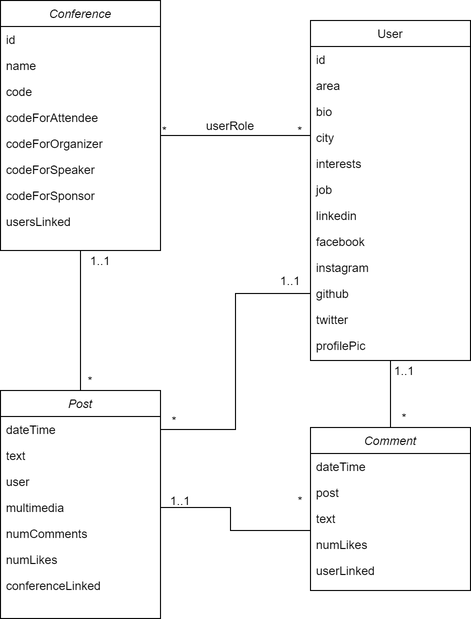
Above: docs/ProblemDomain.png in FEUP-ESOF-2020-21/open-cx-t3g3-404datanotfound (draw.io), before the change. Source tidied: cells renumbered, new cells last; positions are measured from the earlier drawing's top-left corner, leaving out a move shared by most shapes.
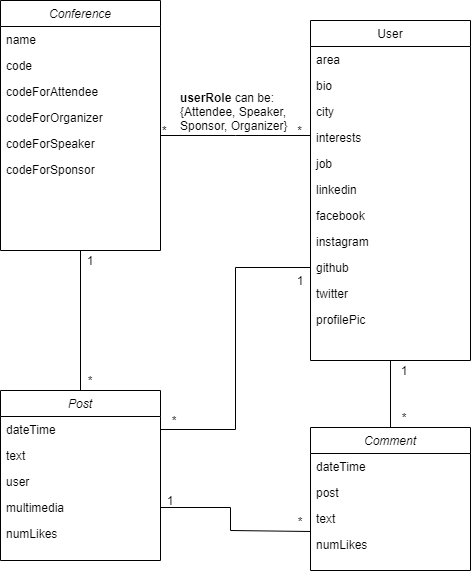
The same file after the commit.

Commit message:
New Version of Problem Domain, after feedback

What changed in the source:
```diff
@@ -8,71 +8,62 @@
     <mxCell id="3" value="Conference" style="swimlane;fontStyle=2;align=center;verticalAlign=top;horizontal=1;startSize=26;rounded=0;shadow=0;strokeWidth=1;" parent="1" vertex="1">
       <mxGeometry width="160" height="250" as="geometry" />
     </mxCell>
-    <mxCell id="4" value="id" style="text;align=left;verticalAlign=top;spacingLeft=4;spacingRight=4;overflow=hidden;" parent="3" vertex="1">
-      <mxGeometry y="26" width="160" height="26" as="geometry" />
-    </mxCell>
     <mxCell id="5" value="name" style="text;align=left;verticalAlign=top;spacingLeft=4;spacingRight=4;overflow=hidden;rounded=0;shadow=0;html=0;" parent="3" vertex="1">
-      <mxGeometry y="52" width="160" height="26" as="geometry" />
+      <mxGeometry y="26" width="160" height="26" as="geometry" />
     </mxCell>
     <mxCell id="6" value="code" style="text;align=left;verticalAlign=top;spacingLeft=4;spacingRight=4;overflow=hidden;rounded=0;shadow=0;html=0;" parent="3" vertex="1">
-      <mxGeometry y="78" width="160" height="26" as="geometry" />
+      <mxGeometry y="52" width="160" height="26" as="geometry" />
     </mxCell>
     <mxCell id="7" value="codeForAttendee" style="text;align=left;verticalAlign=top;spacingLeft=4;spacingRight=4;overflow=hidden;rounded=0;shadow=0;html=0;" parent="3" vertex="1">
-      <mxGeometry y="104" width="160" height="26" as="geometry" />
+      <mxGeometry y="78" width="160" height="26" as="geometry" />
     </mxCell>
     <mxCell id="8" value="codeForOrganizer" style="text;align=left;verticalAlign=top;spacingLeft=4;spacingRight=4;overflow=hidden;rounded=0;shadow=0;html=0;" parent="3" vertex="1">
-      <mxGeometry y="130" width="160" height="26" as="geometry" />
+      <mxGeometry y="104" width="160" height="26" as="geometry" />
     </mxCell>
     <mxCell id="9" value="codeForSpeaker" style="text;align=left;verticalAlign=top;spacingLeft=4;spacingRight=4;overflow=hidden;rounded=0;shadow=0;html=0;" parent="3" vertex="1">
-      <mxGeometry y="156" width="160" height="26" as="geometry" />
+      <mxGeometry y="130" width="160" height="26" as="geometry" />
     </mxCell>
     <mxCell id="10" value="codeForSponsor" style="text;align=left;verticalAlign=top;spacingLeft=4;spacingRight=4;overflow=hidden;rounded=0;shadow=0;html=0;" parent="3" vertex="1">
-      <mxGeometry y="182" width="160" height="26" as="geometry" />
+      <mxGeometry y="156" width="160" height="26" as="geometry" />
     </mxCell>
-    <mxCell id="11" value="usersLinked" style="text;align=left;verticalAlign=top;spacingLeft=4;spacingRight=4;overflow=hidden;rounded=0;shadow=0;html=0;" parent="3" vertex="1">
-      <mxGeometry y="208" width="160" height="26" as="geometry" />
-    </mxCell>
     <mxCell id="12" style="edgeStyle=orthogonalEdgeStyle;rounded=0;jettySize=auto;html=1;exitX=0.5;exitY=1;exitDx=0;exitDy=0;entryX=0.5;entryY=0;entryDx=0;entryDy=0;endArrow=none;endFill=0;" parent="1" edge="1" source="13" target="39">
       <mxGeometry relative="1" as="geometry" />
     </mxCell>
     <mxCell id="13" value="User" style="swimlane;fontStyle=0;align=center;verticalAlign=top;horizontal=1;startSize=26;rounded=0;shadow=0;strokeWidth=1;" parent="1" vertex="1">
       <mxGeometry x="310" y="20" width="160" height="340" as="geometry" />
     </mxCell>
-    <mxCell id="14" value="id" style="text;align=left;verticalAlign=top;spacingLeft=4;spacingRight=4;overflow=hidden;" parent="13" vertex="1">
-      <mxGeometry y="26" width="160" height="26" as="geometry" />
-    </mxCell>
     <mxCell id="15" value="area" style="text;align=left;verticalAlign=top;spacingLeft=4;spacingRight=4;overflow=hidden;rounded=0;shadow=0;html=0;" parent="13" vertex="1">
-      <mxGeometry y="52" width="160" height="26" as="geometry" />
+      <mxGeometry y="26" width="160" height="26" as="geometry" />
     </mxCell>
     <mxCell id="16" value="bio" style="text;align=left;verticalAlign=top;spacingLeft=4;spacingRight=4;overflow=hidden;rounded=0;shadow=0;html=0;" parent="13" vertex="1">
-      <mxGeometry y="78" width="160" height="26" as="geometry" />
+      <mxGeometry y="52" width="160" height="26" as="geometry" />
     </mxCell>
     <mxCell id="17" value="city" style="text;align=left;verticalAlign=top;spacingLeft=4;spacingRight=4;overflow=hidden;rounded=0;shadow=0;html=0;" parent="13" vertex="1">
-      <mxGeometry y="104" width="160" height="26" as="geometry" />
+      <mxGeometry y="78" width="160" height="26" as="geometry" />
     </mxCell>
     <mxCell id="18" value="interests" style="text;align=left;verticalAlign=top;spacingLeft=4;spacingRight=4;overflow=hidden;rounded=0;shadow=0;html=0;" parent="13" vertex="1">
-      <mxGeometry y="130" width="160" height="26" as="geometry" />
+      <mxGeometry y="104" width="160" height="26" as="geometry" />
     </mxCell>
     <mxCell id="19" value="job" style="text;align=left;verticalAlign=top;spacingLeft=4;spacingRight=4;overflow=hidden;" parent="13" vertex="1">
-      <mxGeometry y="156" width="160" height="26" as="geometry" />
+      <mxGeometry y="130" width="160" height="26" as="geometry" />
     </mxCell>
     <mxCell id="20" value="linkedin" style="text;align=left;verticalAlign=top;spacingLeft=4;spacingRight=4;overflow=hidden;" parent="13" vertex="1">
-      <mxGeometry y="182" width="160" height="26" as="geometry" />
+      <mxGeometry y="156" width="160" height="26" as="geometry" />
     </mxCell>
     <mxCell id="21" value="facebook" style="text;align=left;verticalAlign=top;spacingLeft=4;spacingRight=4;overflow=hidden;" parent="13" vertex="1">
-      <mxGeometry y="208" width="160" height="26" as="geometry" />
+      <mxGeometry y="182" width="160" height="26" as="geometry" />
     </mxCell>
     <mxCell id="22" value="instagram" style="text;align=left;verticalAlign=top;spacingLeft=4;spacingRight=4;overflow=hidden;" parent="13" vertex="1">
-      <mxGeometry y="234" width="160" height="26" as="geometry" />
+      <mxGeometry y="208" width="160" height="26" as="geometry" />
     </mxCell>
     <mxCell id="23" value="github" style="text;align=left;verticalAlign=top;spacingLeft=4;spacingRight=4;overflow=hidden;points=[[0,0.5],[1,0.5]];portConstraint=eastwest;" parent="13" vertex="1">
-      <mxGeometry y="260" width="160" height="26" as="geometry" />
+      <mxGeometry y="234" width="160" height="26" as="geometry" />
     </mxCell>
     <mxCell id="24" value="twitter" style="text;align=left;verticalAlign=top;spacingLeft=4;spacingRight=4;overflow=hidden;" parent="13" vertex="1">
-      <mxGeometry y="286" width="160" height="26" as="geometry" />
+      <mxGeometry y="260" width="160" height="26" as="geometry" />
     </mxCell>
     <mxCell id="25" value="profilePic" style="text;align=left;verticalAlign=top;spacingLeft=4;spacingRight=4;overflow=hidden;" parent="13" vertex="1">
-      <mxGeometry y="312" width="160" height="26" as="geometry" />
+      <mxGeometry y="286" width="160" height="26" as="geometry" />
     </mxCell>
     <mxCell id="26" style="endArrow=none;shadow=0;strokeWidth=1;rounded=0;endFill=0;edgeStyle=elbowEdgeStyle;elbow=vertical;" parent="1" edge="1" source="3" target="13">
       <mxGeometry x="0.5" y="41" relative="1" as="geometry">
@@ -90,7 +81,7 @@
       </mxGeometry>
     </mxCell>
     <mxCell id="29" value="Post" style="swimlane;fontStyle=2;align=center;verticalAlign=top;horizontal=1;startSize=26;rounded=0;shadow=0;strokeWidth=1;" parent="1" vertex="1">
-      <mxGeometry y="390" width="160" height="228" as="geometry" />
+      <mxGeometry y="390" width="160" height="170" as="geometry" />
     </mxCell>
     <mxCell id="30" value="dateTime" style="text;align=left;verticalAlign=top;spacingLeft=4;spacingRight=4;overflow=hidden;points=[[0,0.5],[1,0.5]];portConstraint=eastwest;" parent="29" vertex="1">
       <mxGeometry y="26" width="160" height="26" as="geometry" />
@@ -104,23 +95,17 @@
     <mxCell id="33" value="multimedia" style="text;align=left;verticalAlign=top;spacingLeft=4;spacingRight=4;overflow=hidden;points=[[0,0.5],[1,0.5]];portConstraint=eastwest;rounded=0;shadow=0;html=0;" parent="29" vertex="1">
       <mxGeometry y="104" width="160" height="26" as="geometry" />
     </mxCell>
-    <mxCell id="34" value="numComments" style="text;align=left;verticalAlign=top;spacingLeft=4;spacingRight=4;overflow=hidden;rounded=0;shadow=0;html=0;" parent="29" vertex="1">
-      <mxGeometry y="130" width="160" height="26" as="geometry" />
-    </mxCell>
     <mxCell id="35" value="numLikes" style="text;align=left;verticalAlign=top;spacingLeft=4;spacingRight=4;overflow=hidden;rounded=0;shadow=0;html=0;" parent="29" vertex="1">
-      <mxGeometry y="156" width="160" height="26" as="geometry" />
+      <mxGeometry y="130" width="160" height="26" as="geometry" />
     </mxCell>
-    <mxCell id="36" value="conferenceLinked" style="text;align=left;verticalAlign=top;spacingLeft=4;spacingRight=4;overflow=hidden;rounded=0;shadow=0;html=0;" parent="29" vertex="1">
-      <mxGeometry y="182" width="160" height="26" as="geometry" />
-    </mxCell>
     <mxCell id="37" value="*" style="text;html=1;strokeColor=none;fillColor=none;align=center;verticalAlign=middle;whiteSpace=wrap;rounded=0;" parent="1" vertex="1">
       <mxGeometry x="70" y="370" width="40" height="20" as="geometry" />
     </mxCell>
-    <mxCell id="38" value="1..1" style="text;html=1;strokeColor=none;fillColor=none;align=center;verticalAlign=middle;whiteSpace=wrap;rounded=0;" parent="1" vertex="1">
-      <mxGeometry x="80" y="250" width="40" height="20" as="geometry" />
+    <mxCell id="38" value="1" style="text;html=1;strokeColor=none;fillColor=none;align=center;verticalAlign=middle;whiteSpace=wrap;rounded=0;" parent="1" vertex="1">
+      <mxGeometry x="70" y="250" width="40" height="20" as="geometry" />
     </mxCell>
     <mxCell id="39" value="Comment" style="swimlane;fontStyle=2;align=center;verticalAlign=top;horizontal=1;startSize=26;rounded=0;shadow=0;strokeWidth=1;" parent="1" vertex="1">
-      <mxGeometry x="310" y="427" width="160" height="163" as="geometry" />
+      <mxGeometry x="310" y="427" width="160" height="143" as="geometry" />
     </mxCell>
     <mxCell id="40" value="dateTime" style="text;align=left;verticalAlign=top;spacingLeft=4;spacingRight=4;overflow=hidden;" parent="39" vertex="1">
       <mxGeometry y="26" width="160" height="26" as="geometry" />
@@ -134,11 +119,8 @@
     <mxCell id="43" value="numLikes" style="text;align=left;verticalAlign=top;spacingLeft=4;spacingRight=4;overflow=hidden;rounded=0;shadow=0;html=0;" parent="39" vertex="1">
       <mxGeometry y="104" width="160" height="26" as="geometry" />
     </mxCell>
-    <mxCell id="44" value="userLinked" style="text;align=left;verticalAlign=top;spacingLeft=4;spacingRight=4;overflow=hidden;rounded=0;shadow=0;html=0;" parent="39" vertex="1">
-      <mxGeometry y="130" width="160" height="26" as="geometry" />
-    </mxCell>
     <mxCell id="45" value="*" style="text;html=1;strokeColor=none;fillColor=none;align=center;verticalAlign=middle;whiteSpace=wrap;rounded=0;" parent="1" vertex="1">
-      <mxGeometry x="280" y="490" width="40" height="20" as="geometry" />
+      <mxGeometry x="280" y="511" width="40" height="20" as="geometry" />
     </mxCell>
     <mxCell id="46" style="edgeStyle=orthogonalEdgeStyle;rounded=0;jettySize=auto;html=1;exitX=1;exitY=0.5;exitDx=0;exitDy=0;entryX=0;entryY=0.5;entryDx=0;entryDy=0;endArrow=none;endFill=0;" parent="1" edge="1" source="30" target="23">
       <mxGeometry relative="1" as="geometry" />
@@ -146,8 +128,8 @@
     <mxCell id="47" value="*" style="text;html=1;strokeColor=none;fillColor=none;align=center;verticalAlign=middle;whiteSpace=wrap;rounded=0;" parent="1" vertex="1">
       <mxGeometry x="154" y="410" width="40" height="20" as="geometry" />
     </mxCell>
-    <mxCell id="48" value="1..1" style="text;html=1;strokeColor=none;fillColor=none;align=center;verticalAlign=middle;whiteSpace=wrap;rounded=0;" parent="1" vertex="1">
-      <mxGeometry x="270" y="270" width="40" height="20" as="geometry" />
+    <mxCell id="48" value="1" style="text;html=1;strokeColor=none;fillColor=none;align=center;verticalAlign=middle;whiteSpace=wrap;rounded=0;" parent="1" vertex="1">
+      <mxGeometry x="280" y="270" width="40" height="20" as="geometry" />
     </mxCell>
     <mxCell id="49" style="edgeStyle=orthogonalEdgeStyle;rounded=0;jettySize=auto;html=1;exitX=1;exitY=0.5;exitDx=0;exitDy=0;entryX=0.75;entryY=1;entryDx=0;entryDy=0;endArrow=none;endFill=0;" parent="1" edge="1" source="33" target="45">
       <mxGeometry relative="1" as="geometry">
@@ -158,17 +140,17 @@
         </Array>
       </mxGeometry>
     </mxCell>
-    <mxCell id="50" value="1..1" style="text;html=1;strokeColor=none;fillColor=none;align=center;verticalAlign=middle;whiteSpace=wrap;rounded=0;" parent="1" vertex="1">
-      <mxGeometry x="160" y="490" width="40" height="20" as="geometry" />
+    <mxCell id="50" value="1" style="text;html=1;strokeColor=none;fillColor=none;align=center;verticalAlign=middle;whiteSpace=wrap;rounded=0;" parent="1" vertex="1">
+      <mxGeometry x="150" y="490" width="40" height="20" as="geometry" />
     </mxCell>
-    <mxCell id="51" value="1..1" style="text;html=1;strokeColor=none;fillColor=none;align=center;verticalAlign=middle;whiteSpace=wrap;rounded=0;" parent="1" vertex="1">
+    <mxCell id="51" value="1" style="text;html=1;strokeColor=none;fillColor=none;align=center;verticalAlign=middle;whiteSpace=wrap;rounded=0;" parent="1" vertex="1">
       <mxGeometry x="384" y="360" width="40" height="20" as="geometry" />
     </mxCell>
     <mxCell id="52" value="*" style="text;html=1;strokeColor=none;fillColor=none;align=center;verticalAlign=middle;whiteSpace=wrap;rounded=0;" parent="1" vertex="1">
       <mxGeometry x="384" y="407" width="40" height="20" as="geometry" />
     </mxCell>
-    <mxCell id="53" value="userRole" style="text;align=left;verticalAlign=top;spacingLeft=4;spacingRight=4;overflow=hidden;rounded=0;shadow=0;html=0;" parent="1" vertex="1">
-      <mxGeometry x="200" y="112" width="70" height="26" as="geometry" />
-    </mxCell>
+    <mxCell id="54" value="&lt;b&gt;userRole&lt;/b&gt; can be:&lt;br&gt;{Attendee, Speaker, Sponsor, Organizer}" style="text;html=1;strokeColor=none;fillColor=none;align=left;verticalAlign=middle;whiteSpace=wrap;rounded=0;" parent="1" vertex="1">
+      <mxGeometry x="178" y="90" width="113" height="42" as="geometry" />
+    </mxCell>
   </root>
 </mxGraphModel>
```
